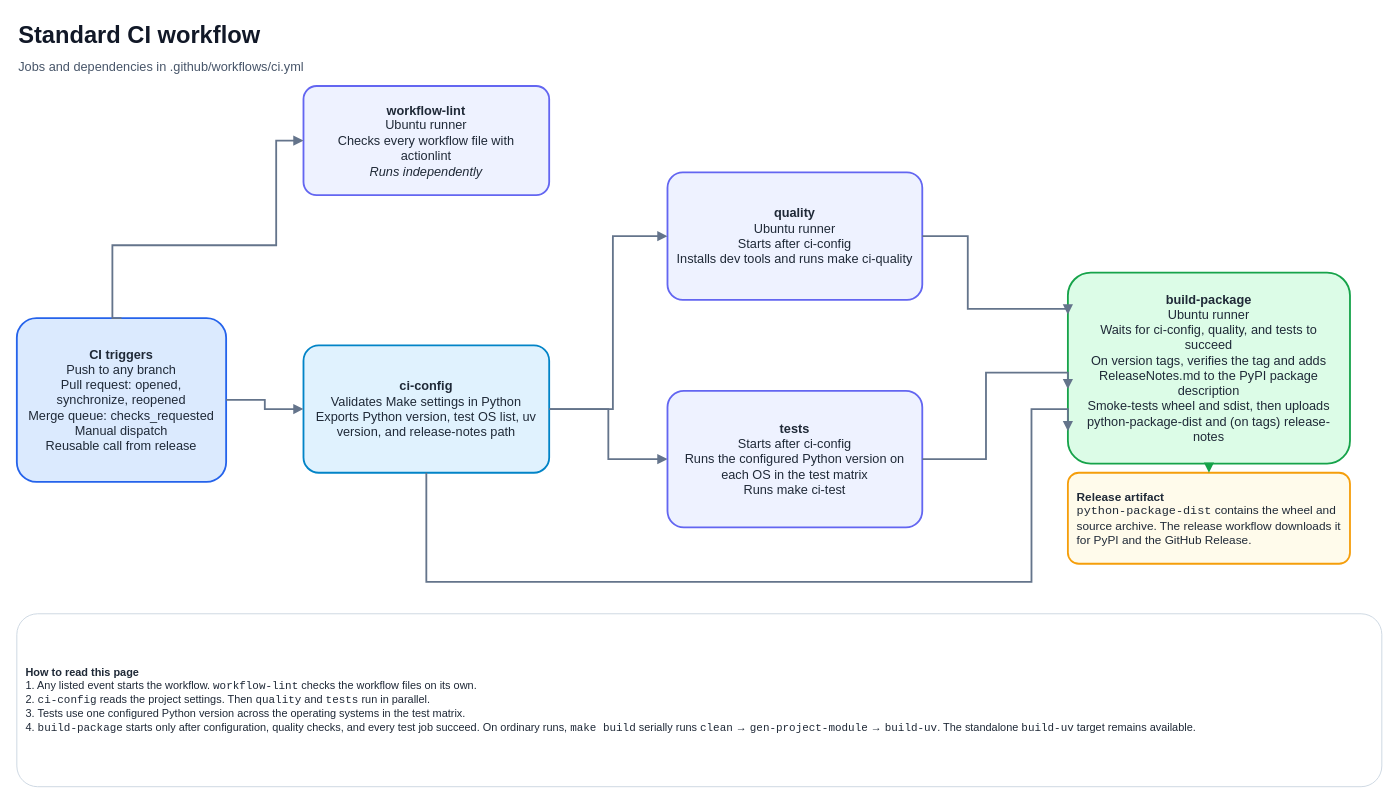
Above: page "1 · Standard CI" (1 of 4) of docs/ci-workflows.drawio in GaaabLiz/Python-ci-make-template (draw.io), before the change. Source tidied: cells renumbered, new cells numbered last; positions are measured from the earlier drawing's top-left corner, leaving out a move shared by most shapes. Both pictures are drawn from the tidied source at 91%, with x=0, y=0 at pixel (16, 15).
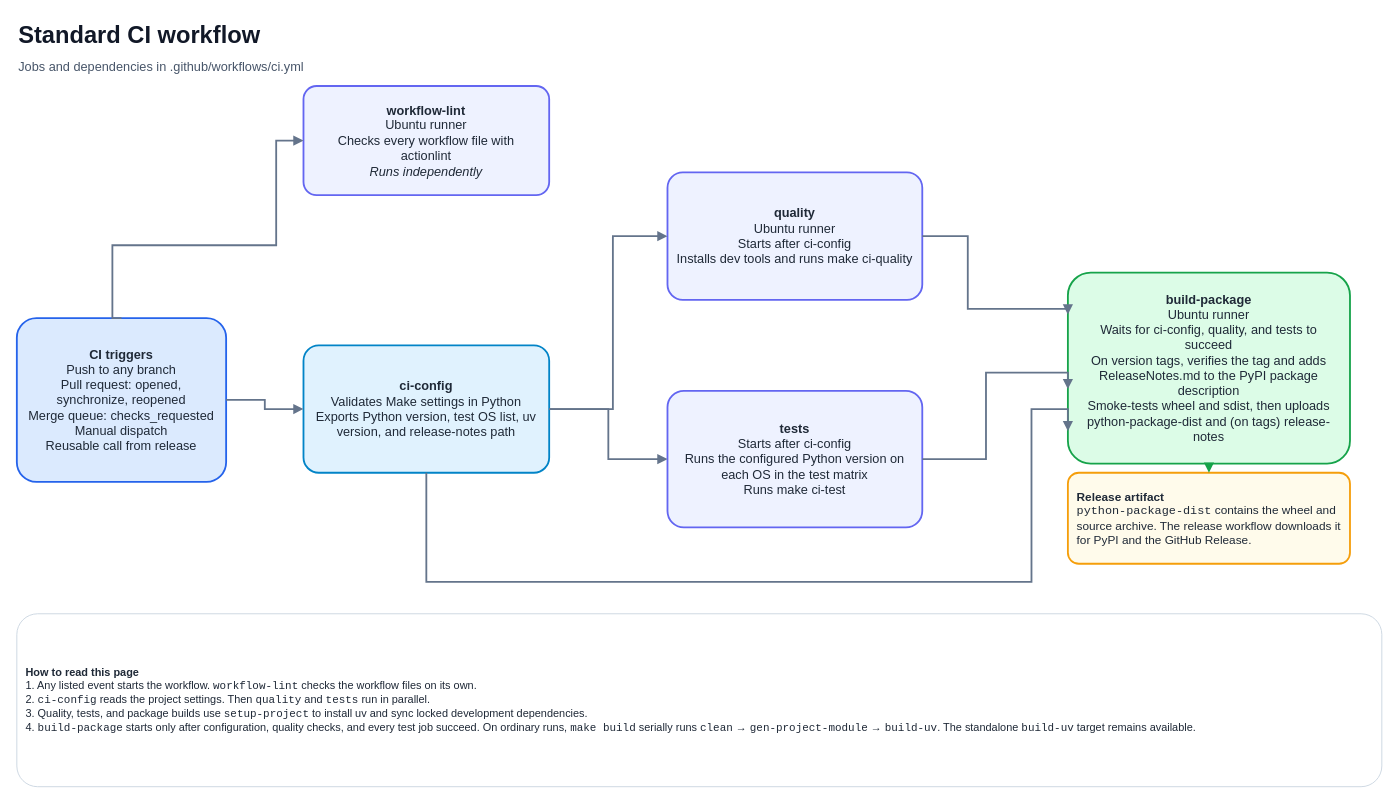
After the change.

Commit message (it also covers changes not shown here):
refactor(ci): centralize project setup action

Change to the diagram source:
```diff
@@
-    <mxCell id="11" value="&lt;b&gt;How to read this page&lt;/b&gt;&lt;br&gt;1. Any listed event starts the workflow. &lt;code&gt;workflow-lint&lt;/code&gt; checks the workflow files on its own.&lt;br&gt;2. &lt;code&gt;ci-config&lt;/code&gt; reads the project settings. Then &lt;code&gt;quality&lt;/code&gt; and &lt;code&gt;tests&lt;/code&gt; run in parallel.&lt;br&gt;3. Tests use one configured Python version across the operating systems in the test matrix.&lt;br&gt;4. &lt;code&gt;build-package&lt;/code&gt; starts only after configuration, quality checks, and every test job succeed. On ordinary runs, &lt;code&gt;make build&lt;/code&gt; serially runs &lt;code&gt;clean&lt;/code&gt; → &lt;code&gt;gen-project-module&lt;/code&gt; → &lt;code&gt;build-uv&lt;/code&gt;. The standalone &lt;code&gt;build-uv&lt;/code&gt; target remains available." style="rounded=1;whiteSpace=wrap;html=1;align=center;verticalAlign=middle;fontFamily=Helvetica;fontSize=14;fontColor=#1f2937;spacing=10;fillColor=#ffffff;strokeColor=#cbd5e1;strokeWidth=2;arcSize=12;fontSize=12;align=left;verticalAlign=middle;strokeWidth=1;" parent="1" vertex="1">
+    <mxCell id="11" value="&lt;b&gt;How to read this page&lt;/b&gt;&lt;br&gt;1. Any listed event starts the workflow. &lt;code&gt;workflow-lint&lt;/code&gt; checks the workflow files on its own.&lt;br&gt;2. &lt;code&gt;ci-config&lt;/code&gt; reads the project settings. Then &lt;code&gt;quality&lt;/code&gt; and &lt;code&gt;tests&lt;/code&gt; run in parallel.&lt;br&gt;3. Quality, tests, and package builds use &lt;code&gt;setup-project&lt;/code&gt; to install uv and sync locked development dependencies.&lt;br&gt;4. &lt;code&gt;build-package&lt;/code&gt; starts only after configuration, quality checks, and every test job succeed. On ordinary runs, &lt;code&gt;make build&lt;/code&gt; serially runs &lt;code&gt;clean&lt;/code&gt; → &lt;code&gt;gen-project-module&lt;/code&gt; → &lt;code&gt;build-uv&lt;/code&gt;. The standalone &lt;code&gt;build-uv&lt;/code&gt; target remains available." style="rounded=1;whiteSpace=wrap;html=1;align=center;verticalAlign=middle;fontFamily=Helvetica;fontSize=14;fontColor=#1f2937;spacing=10;fillColor=#ffffff;strokeColor=#cbd5e1;strokeWidth=2;arcSize=12;fontSize=12;align=left;verticalAlign=middle;strokeWidth=1;" parent="1" vertex="1">
       <mxGeometry y="657" width="1500" height="190" as="geometry" />
     </mxCell>
```
